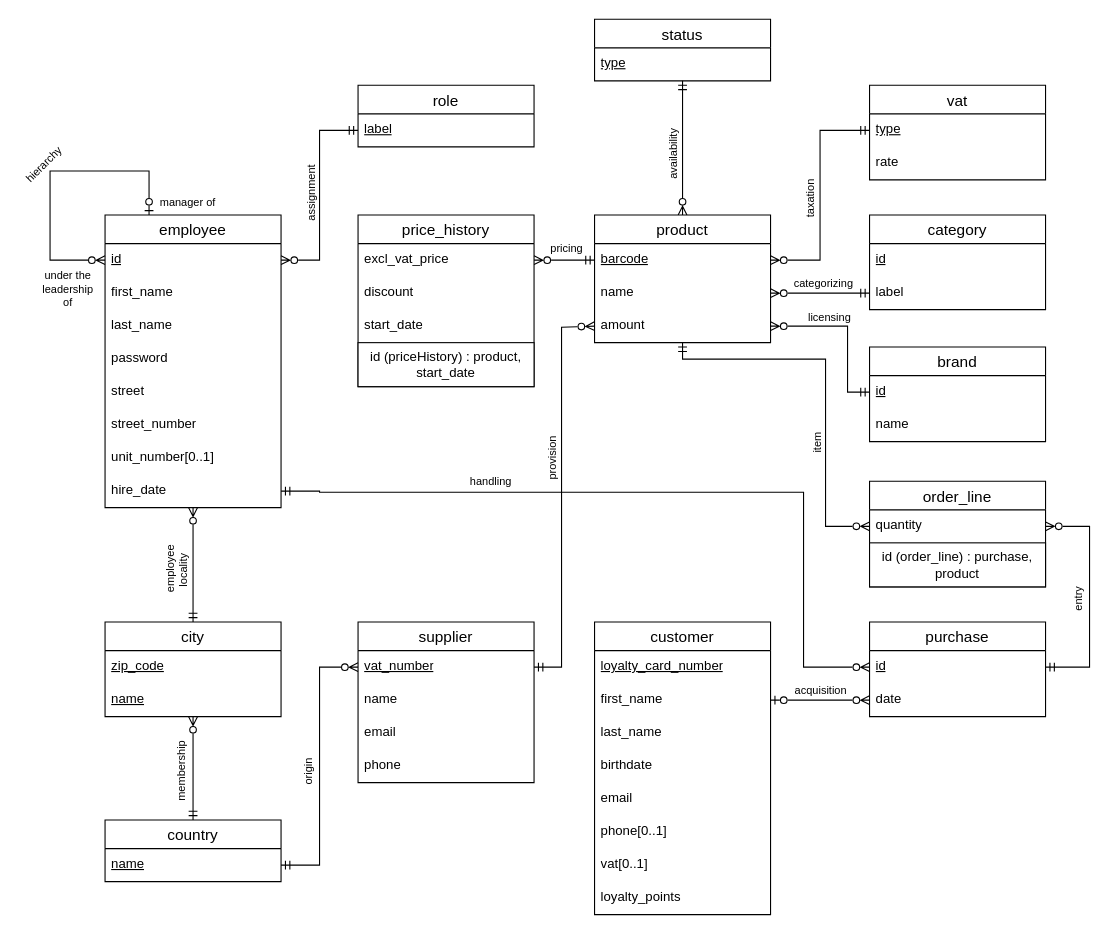
Above: docs/DB/ER_diagram.drawio in maxoux53/petit-bazar (draw.io), before the change. Source tidied: cells renumbered, new cells numbered last; positions are measured from the earlier drawing's top-left corner, leaving out a move shared by most shapes. Both pictures are drawn from the tidied source at 110%, with x=0, y=0 at pixel (16, 19).
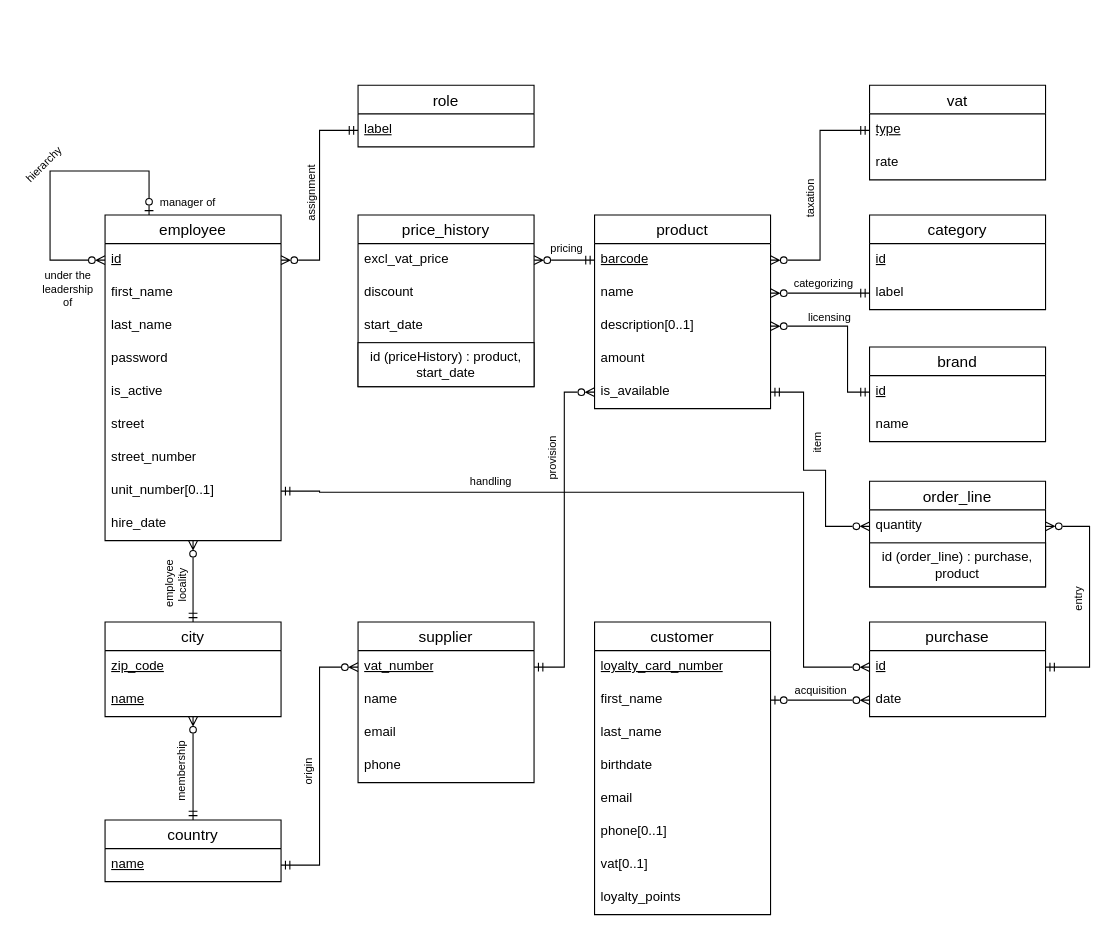
Above is the later version.

Commit message (it also covers changes not shown here):
DB update (add optionals and booleans) + replace status by is_available

The change refers to these unchanged cells:
```xml
<mxCell id="20" value="&lt;u&gt;id&lt;/u&gt;" style="text;strokeColor=none;fillColor=none;spacingLeft=4;spacingRight=4;overflow=hidden;points=[[0,0.5],[1,0.5]];portConstraint=eastwest;fontSize=12;whiteSpace=wrap;html=1;" parent="19" vertex="1">
  <mxGeometry y="26" width="160" height="30" as="geometry" />
</mxCell>
<mxCell id="23" value="&lt;u&gt;vat_number&lt;/u&gt;" style="text;strokeColor=none;fillColor=none;spacingLeft=4;spacingRight=4;overflow=hidden;points=[[0,0.5],[1,0.5]];portConstraint=eastwest;fontSize=12;whiteSpace=wrap;html=1;" parent="22" vertex="1">
  <mxGeometry y="26" width="160" height="30" as="geometry" />
</mxCell>
<mxCell id="49" value="&lt;u&gt;id&lt;/u&gt;" style="text;strokeColor=none;fillColor=none;spacingLeft=4;spacingRight=4;overflow=hidden;points=[[0,0.5],[1,0.5]];portConstraint=eastwest;fontSize=12;whiteSpace=wrap;html=1;" parent="48" vertex="1">
  <mxGeometry y="26" width="160" height="30" as="geometry" />
</mxCell>
<mxCell id="52" value="quantity" style="text;strokeColor=none;fillColor=none;spacingLeft=4;spacingRight=4;overflow=hidden;points=[[0,0.5],[1,0.5]];portConstraint=eastwest;fontSize=12;whiteSpace=wrap;html=1;" parent="51" vertex="1">
  <mxGeometry y="26" width="160" height="30" as="geometry" />
</mxCell>
```

The edit, as a diff of the source:
```diff
@@
-    <mxCell id="2" style="edgeStyle=orthogonalEdgeStyle;rounded=0;jettySize=auto;html=1;exitX=1;exitY=0.5;exitDx=0;exitDy=0;entryX=0;entryY=0.5;entryDx=0;entryDy=0;startArrow=ERmandOne;startFill=0;endArrow=ERzeroToMany;endFill=0;" parent="1" edge="1" source="12" target="49">
+    <mxCell id="2" style="edgeStyle=orthogonalEdgeStyle;rounded=0;jettySize=auto;html=1;exitX=1;exitY=0.5;exitDx=0;exitDy=0;entryX=0;entryY=0.5;entryDx=0;entryDy=0;startArrow=ERmandOne;startFill=0;endArrow=ERzeroToMany;endFill=0;" parent="1" edge="1" source="11" target="49">
       <mxGeometry relative="1" as="geometry">
         <Array as="points">
           <mxPoint x="275" y="429" />
           <mxPoint x="715" y="430" />
           <mxPoint x="715" y="589" />
         </Array>
       </mxGeometry>
     </mxCell>
     <mxCell id="3" value="employee" style="swimlane;fontStyle=0;horizontal=1;startSize=26;align=center;fontSize=14;" parent="1" vertex="1">
-      <mxGeometry x="80" y="178" width="160" height="266" as="geometry" />
+      <mxGeometry x="80" y="178" width="160" height="296" as="geometry" />
     </mxCell>
@@
+    <mxCell id="90" value="is_active" style="text;strokeColor=none;fillColor=none;spacingLeft=4;spacingRight=4;overflow=hidden;fontSize=12;whiteSpace=wrap;html=1;" parent="3" vertex="1">
+      <mxGeometry y="146" width="160" height="30" as="geometry" />
+    </mxCell>
     <mxCell id="9" value="street" style="text;strokeColor=none;fillColor=none;spacingLeft=4;spacingRight=4;overflow=hidden;fontSize=12;whiteSpace=wrap;html=1;" parent="3" vertex="1">
-      <mxGeometry y="146" width="160" height="30" as="geometry" />
+      <mxGeometry y="176" width="160" height="30" as="geometry" />
     </mxCell>
     <mxCell id="10" value="street_number" style="text;strokeColor=none;fillColor=none;spacingLeft=4;spacingRight=4;overflow=hidden;fontSize=12;whiteSpace=wrap;html=1;" parent="3" vertex="1">
-      <mxGeometry y="176" width="160" height="30" as="geometry" />
+      <mxGeometry y="206" width="160" height="30" as="geometry" />
     </mxCell>
     <mxCell id="11" value="unit_number[0..1]" style="text;strokeColor=none;fillColor=none;spacingLeft=4;spacingRight=4;overflow=hidden;points=[[0,0.5],[1,0.5]];portConstraint=eastwest;fontSize=12;whiteSpace=wrap;html=1;" parent="3" vertex="1">
-      <mxGeometry y="206" width="160" height="30" as="geometry" />
+      <mxGeometry y="236" width="160" height="30" as="geometry" />
     </mxCell>
     <mxCell id="12" value="hire_date" style="text;strokeColor=none;fillColor=none;spacingLeft=4;spacingRight=4;overflow=hidden;points=[[0,0.5],[1,0.5]];portConstraint=eastwest;fontSize=12;whiteSpace=wrap;html=1;" parent="3" vertex="1">
-      <mxGeometry y="236" width="160" height="30" as="geometry" />
+      <mxGeometry y="266" width="160" height="30" as="geometry" />
     </mxCell>
-    <mxCell id="13" style="edgeStyle=orthogonalEdgeStyle;rounded=0;jettySize=auto;html=1;exitX=0.5;exitY=0;exitDx=0;exitDy=0;endArrow=ERmandOne;endFill=0;startArrow=ERzeroToMany;startFill=0;" parent="1" edge="1" source="15" target="88">
-      <mxGeometry relative="1" as="geometry" />
-    </mxCell>
-    <mxCell id="14" value="&lt;font style=&quot;font-size: 10px;&quot;&gt;availability&lt;/font&gt;" style="edgeLabel;html=1;align=center;verticalAlign=middle;rotation=-90;" parent="13" vertex="1">
-      <mxGeometry x="-0.15" y="-1" relative="1" as="geometry">
-        <mxPoint x="-11" y="-2" as="offset" />
-      </mxGeometry>
-    </mxCell>
     <mxCell id="15" value="product" style="swimlane;fontStyle=0;horizontal=1;startSize=26;align=center;fontSize=14;" parent="1" vertex="1">
-      <mxGeometry x="525" y="178" width="160" height="116" as="geometry" />
+      <mxGeometry x="525" y="178" width="160" height="176" as="geometry" />
     </mxCell>
@@
+    <mxCell id="91" value="description[0..1]" style="text;strokeColor=none;fillColor=none;spacingLeft=4;spacingRight=4;overflow=hidden;points=[[0,0.5],[1,0.5]];portConstraint=eastwest;fontSize=12;whiteSpace=wrap;html=1;" parent="15" vertex="1">
+      <mxGeometry y="86" width="160" height="30" as="geometry" />
+    </mxCell>
     <mxCell id="18" value="amount" style="text;strokeColor=none;fillColor=none;spacingLeft=4;spacingRight=4;overflow=hidden;points=[[0,0.5],[1,0.5]];portConstraint=eastwest;fontSize=12;whiteSpace=wrap;html=1;" parent="15" vertex="1">
-      <mxGeometry y="86" width="160" height="30" as="geometry" />
+      <mxGeometry y="116" width="160" height="30" as="geometry" />
     </mxCell>
+    <mxCell id="92" value="is_available" style="text;strokeColor=none;fillColor=none;spacingLeft=4;spacingRight=4;overflow=hidden;points=[[0,0.5],[1,0.5]];portConstraint=eastwest;fontSize=12;whiteSpace=wrap;html=1;" parent="15" vertex="1">
+      <mxGeometry y="146" width="160" height="30" as="geometry" />
+    </mxCell>
@@
-    <mxCell id="55" style="edgeStyle=orthogonalEdgeStyle;rounded=0;jettySize=auto;html=1;exitX=1;exitY=0.5;exitDx=0;exitDy=0;endArrow=ERzeroToMany;endFill=0;startArrow=ERmandOne;startFill=0;entryX=0;entryY=0.5;entryDx=0;entryDy=0;" parent="1" edge="1" source="23" target="18">
-      <mxGeometry relative="1" as="geometry">
-        <Array as="points">
-          <mxPoint x="495" y="589" />
-          <mxPoint x="495" y="280" />
-        </Array>
-      </mxGeometry>
-    </mxCell>
@@
-    <mxCell id="57" style="edgeStyle=orthogonalEdgeStyle;rounded=0;jettySize=auto;html=1;exitX=1;exitY=0.5;exitDx=0;exitDy=0;entryX=0;entryY=0.5;entryDx=0;entryDy=0;endArrow=ERmandOne;endFill=0;startArrow=ERzeroToMany;startFill=0;" parent="1" edge="1" source="18" target="20">
+    <mxCell id="57" style="edgeStyle=orthogonalEdgeStyle;rounded=0;jettySize=auto;html=1;exitX=1;exitY=0.5;exitDx=0;exitDy=0;entryX=0;entryY=0.5;entryDx=0;entryDy=0;endArrow=ERmandOne;endFill=0;startArrow=ERzeroToMany;startFill=0;" parent="1" edge="1" source="91" target="20">
       <mxGeometry relative="1" as="geometry">
         <Array as="points">
           <mxPoint x="755" y="279" />
           <mxPoint x="755" y="339" />
         </Array>
       </mxGeometry>
     </mxCell>
-    <mxCell id="58" style="edgeStyle=orthogonalEdgeStyle;rounded=0;jettySize=auto;html=1;entryX=0;entryY=0.5;entryDx=0;entryDy=0;endArrow=ERzeroToMany;endFill=0;startArrow=ERmandOne;startFill=0;" parent="1" edge="1" source="15" target="52">
+    <mxCell id="58" style="edgeStyle=orthogonalEdgeStyle;rounded=0;jettySize=auto;html=1;entryX=0;entryY=0.5;entryDx=0;entryDy=0;endArrow=ERzeroToMany;endFill=0;startArrow=ERmandOne;startFill=0;exitX=1;exitY=0.5;exitDx=0;exitDy=0;" parent="1" edge="1" source="92" target="52">
       <mxGeometry relative="1" as="geometry">
         <Array as="points">
-          <mxPoint x="605" y="309" />
-          <mxPoint x="735" y="309" />
+          <mxPoint x="715" y="339" />
+          <mxPoint x="715" y="410" />
+          <mxPoint x="735" y="410" />
           <mxPoint x="735" y="461" />
         </Array>
       </mxGeometry>
     </mxCell>
@@
     <mxCell id="74" value="&amp;nbsp;employee locality" style="text;html=1;align=center;verticalAlign=middle;whiteSpace=wrap;rounded=0;rotation=-90;fontSize=10;" parent="1" vertex="1">
-      <mxGeometry x="115" y="486" width="60" height="30" as="geometry" />
+      <mxGeometry x="114.5" y="500" width="60" height="30" as="geometry" />
     </mxCell>
@@
-    <mxCell id="88" value="status" style="swimlane;fontStyle=0;horizontal=1;startSize=26;align=center;fontSize=14;" parent="1" vertex="1">
-      <mxGeometry x="525" width="160" height="56" as="geometry" />
-    </mxCell>
-    <mxCell id="89" value="&lt;u&gt;type&lt;/u&gt;" style="text;strokeColor=none;fillColor=none;spacingLeft=4;spacingRight=4;overflow=hidden;fontSize=12;whiteSpace=wrap;html=1;" parent="88" vertex="1">
-      <mxGeometry y="26" width="160" height="30" as="geometry" />
-    </mxCell>
+    <mxCell id="93" style="edgeStyle=orthogonalEdgeStyle;rounded=0;jettySize=auto;html=1;exitX=1;exitY=0.5;exitDx=0;exitDy=0;entryX=0;entryY=0.5;entryDx=0;entryDy=0;endArrow=ERzeroToMany;endFill=0;startArrow=ERmandOne;startFill=0;" parent="1" edge="1" source="23" target="92">
+      <mxGeometry relative="1" as="geometry" />
+    </mxCell>
```
